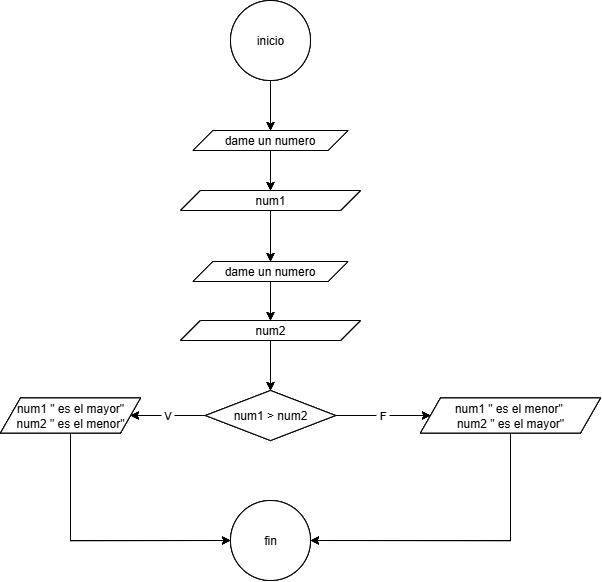
Before: diagramas/diagrama #2.drawio.png, a diagram exported from draw.io (EmanuelBV740/SENA). Source tidied: cells renumbered, new cells last; positions are measured from the earlier drawing's top-left corner, leaving out a move shared by most shapes.
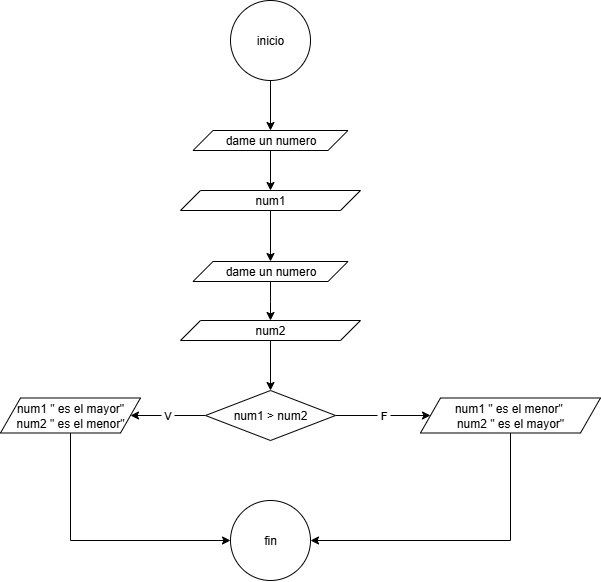
After the change.

The edit, as a diff of the source:
```diff
@@ -2,167 +2,59 @@
   <root>
     <mxCell id="0" />
     <mxCell id="1" parent="0" />
-    <mxCell id="2" style="edgeStyle=orthogonalEdgeStyle;rounded=0;jettySize=auto;html=1;" parent="1" edge="1" source="3" target="5">
-      <mxGeometry relative="1" as="geometry" />
-    </mxCell>
-    <mxCell id="3" value="inicio" style="ellipse;whiteSpace=wrap;html=1;" parent="1" vertex="1">
-      <mxGeometry x="230" width="80" height="80" as="geometry" />
-    </mxCell>
-    <mxCell id="4" style="edgeStyle=orthogonalEdgeStyle;rounded=0;jettySize=auto;html=1;" parent="1" edge="1" source="5" target="7">
-      <mxGeometry relative="1" as="geometry" />
-    </mxCell>
-    <mxCell id="5" value="dame un numero" style="shape=parallelogram;perimeter=parallelogramPerimeter;whiteSpace=wrap;html=1;fixedSize=1;" parent="1" vertex="1">
-      <mxGeometry x="192.5" y="130" width="155" height="20" as="geometry" />
-    </mxCell>
-    <mxCell id="6" style="edgeStyle=orthogonalEdgeStyle;rounded=0;jettySize=auto;html=1;exitX=0.5;exitY=1;exitDx=0;exitDy=0;entryX=0.5;entryY=0;entryDx=0;entryDy=0;" parent="1" edge="1" source="7" target="9">
-      <mxGeometry relative="1" as="geometry" />
-    </mxCell>
-    <mxCell id="7" value="num1" style="shape=parallelogram;perimeter=parallelogramPerimeter;whiteSpace=wrap;html=1;fixedSize=1;" parent="1" vertex="1">
-      <mxGeometry x="180" y="190" width="180" height="20" as="geometry" />
-    </mxCell>
-    <mxCell id="8" style="edgeStyle=orthogonalEdgeStyle;rounded=0;jettySize=auto;html=1;" parent="1" edge="1" source="9" target="11">
-      <mxGeometry relative="1" as="geometry" />
-    </mxCell>
-    <mxCell id="9" value="dame un numero" style="shape=parallelogram;perimeter=parallelogramPerimeter;whiteSpace=wrap;html=1;fixedSize=1;" parent="1" vertex="1">
-      <mxGeometry x="192.5" y="261" width="155" height="20" as="geometry" />
-    </mxCell>
-    <mxCell id="10" style="edgeStyle=orthogonalEdgeStyle;rounded=0;jettySize=auto;html=1;" parent="1" edge="1" source="11" target="14">
-      <mxGeometry relative="1" as="geometry" />
-    </mxCell>
-    <mxCell id="11" value="num2" style="shape=parallelogram;perimeter=parallelogramPerimeter;whiteSpace=wrap;html=1;fixedSize=1;" parent="1" vertex="1">
-      <mxGeometry x="180" y="320" width="180" height="20" as="geometry" />
-    </mxCell>
-    <mxCell id="12" value="&amp;nbsp;F&amp;nbsp;" style="edgeStyle=orthogonalEdgeStyle;rounded=0;jettySize=auto;html=1;" parent="1" edge="1" source="14" target="16">
-      <mxGeometry relative="1" as="geometry" />
-    </mxCell>
-    <mxCell id="13" value="&amp;nbsp;V&amp;nbsp;" style="edgeStyle=orthogonalEdgeStyle;rounded=0;jettySize=auto;html=1;" parent="1" edge="1" source="14" target="18">
-      <mxGeometry relative="1" as="geometry" />
-    </mxCell>
-    <mxCell id="14" value="num1 &amp;gt; num2" style="rhombus;whiteSpace=wrap;html=1;" parent="1" vertex="1">
-      <mxGeometry x="205" y="390" width="130" height="50" as="geometry" />
-    </mxCell>
-    <mxCell id="15" style="edgeStyle=orthogonalEdgeStyle;rounded=0;jettySize=auto;html=1;exitX=0.5;exitY=1;exitDx=0;exitDy=0;entryX=1;entryY=0.5;entryDx=0;entryDy=0;" parent="1" edge="1" source="16" target="19">
-      <mxGeometry relative="1" as="geometry" />
-    </mxCell>
-    <mxCell id="16" value="num1 &quot; es el menor&quot;&amp;nbsp;&lt;div&gt;num2 &quot; es el mayor&quot;&lt;/div&gt;" style="shape=parallelogram;perimeter=parallelogramPerimeter;whiteSpace=wrap;html=1;fixedSize=1;" parent="1" vertex="1">
-      <mxGeometry x="420" y="397.5" width="180" height="35" as="geometry" />
-    </mxCell>
-    <mxCell id="17" style="edgeStyle=orthogonalEdgeStyle;rounded=0;jettySize=auto;html=1;exitX=0.5;exitY=1;exitDx=0;exitDy=0;entryX=0;entryY=0.5;entryDx=0;entryDy=0;" parent="1" edge="1" source="18" target="19">
-      <mxGeometry relative="1" as="geometry" />
-    </mxCell>
-    <mxCell id="18" value="num1 &quot; es el mayor&quot;&lt;div&gt;num2 &quot; es el menor&quot;&lt;/div&gt;" style="shape=parallelogram;perimeter=parallelogramPerimeter;whiteSpace=wrap;html=1;fixedSize=1;" parent="1" vertex="1">
-      <mxGeometry y="397.5" width="140" height="35" as="geometry" />
-    </mxCell>
-    <mxCell id="19" value="fin" style="ellipse;whiteSpace=wrap;html=1;" parent="1" vertex="1">
-      <mxGeometry x="230" y="500" width="80" height="80" as="geometry" />
-    </mxCell>
-    <mxCell id="20" style="edgeStyle=orthogonalEdgeStyle;rounded=0;jettySize=auto;html=1;" parent="1" edge="1" source="21" target="23">
-      <mxGeometry relative="1" as="geometry" />
-    </mxCell>
-    <mxCell id="21" value="inicio" style="ellipse;whiteSpace=wrap;html=1;" parent="1" vertex="1">
-      <mxGeometry x="230" width="80" height="80" as="geometry" />
-    </mxCell>
-    <mxCell id="22" style="edgeStyle=orthogonalEdgeStyle;rounded=0;jettySize=auto;html=1;" parent="1" edge="1" source="23" target="25">
-      <mxGeometry relative="1" as="geometry" />
-    </mxCell>
-    <mxCell id="23" value="dame un numero" style="shape=parallelogram;perimeter=parallelogramPerimeter;whiteSpace=wrap;html=1;fixedSize=1;" parent="1" vertex="1">
-      <mxGeometry x="192.5" y="130" width="155" height="20" as="geometry" />
-    </mxCell>
-    <mxCell id="24" style="edgeStyle=orthogonalEdgeStyle;rounded=0;jettySize=auto;html=1;exitX=0.5;exitY=1;exitDx=0;exitDy=0;entryX=0.5;entryY=0;entryDx=0;entryDy=0;" parent="1" edge="1" source="25" target="27">
-      <mxGeometry relative="1" as="geometry" />
-    </mxCell>
-    <mxCell id="25" value="num1" style="shape=parallelogram;perimeter=parallelogramPerimeter;whiteSpace=wrap;html=1;fixedSize=1;" parent="1" vertex="1">
-      <mxGeometry x="180" y="190" width="180" height="20" as="geometry" />
-    </mxCell>
-    <mxCell id="26" style="edgeStyle=orthogonalEdgeStyle;rounded=0;jettySize=auto;html=1;" parent="1" edge="1" source="27" target="29">
-      <mxGeometry relative="1" as="geometry" />
-    </mxCell>
-    <mxCell id="27" value="dame un numero" style="shape=parallelogram;perimeter=parallelogramPerimeter;whiteSpace=wrap;html=1;fixedSize=1;" parent="1" vertex="1">
-      <mxGeometry x="192.5" y="261" width="155" height="20" as="geometry" />
-    </mxCell>
-    <mxCell id="28" style="edgeStyle=orthogonalEdgeStyle;rounded=0;jettySize=auto;html=1;" parent="1" edge="1" source="29" target="32">
-      <mxGeometry relative="1" as="geometry" />
-    </mxCell>
-    <mxCell id="29" value="num2" style="shape=parallelogram;perimeter=parallelogramPerimeter;whiteSpace=wrap;html=1;fixedSize=1;" parent="1" vertex="1">
-      <mxGeometry x="180" y="320" width="180" height="20" as="geometry" />
-    </mxCell>
-    <mxCell id="30" value="&amp;nbsp;F&amp;nbsp;" style="edgeStyle=orthogonalEdgeStyle;rounded=0;jettySize=auto;html=1;" parent="1" edge="1" source="32" target="34">
-      <mxGeometry relative="1" as="geometry" />
-    </mxCell>
-    <mxCell id="31" value="&amp;nbsp;V&amp;nbsp;" style="edgeStyle=orthogonalEdgeStyle;rounded=0;jettySize=auto;html=1;" parent="1" edge="1" source="32" target="36">
-      <mxGeometry relative="1" as="geometry" />
-    </mxCell>
-    <mxCell id="32" value="num1 &amp;gt; num2" style="rhombus;whiteSpace=wrap;html=1;" parent="1" vertex="1">
-      <mxGeometry x="205" y="390" width="130" height="50" as="geometry" />
-    </mxCell>
-    <mxCell id="33" style="edgeStyle=orthogonalEdgeStyle;rounded=0;jettySize=auto;html=1;exitX=0.5;exitY=1;exitDx=0;exitDy=0;entryX=1;entryY=0.5;entryDx=0;entryDy=0;" parent="1" edge="1" source="34" target="37">
-      <mxGeometry relative="1" as="geometry" />
-    </mxCell>
-    <mxCell id="34" value="num1 &quot; es el menor&quot;&amp;nbsp;&lt;div&gt;num2 &quot; es el mayor&quot;&lt;/div&gt;" style="shape=parallelogram;perimeter=parallelogramPerimeter;whiteSpace=wrap;html=1;fixedSize=1;" parent="1" vertex="1">
-      <mxGeometry x="420" y="397.5" width="180" height="35" as="geometry" />
-    </mxCell>
-    <mxCell id="35" style="edgeStyle=orthogonalEdgeStyle;rounded=0;jettySize=auto;html=1;exitX=0.5;exitY=1;exitDx=0;exitDy=0;entryX=0;entryY=0.5;entryDx=0;entryDy=0;" parent="1" edge="1" source="36" target="37">
-      <mxGeometry relative="1" as="geometry" />
-    </mxCell>
-    <mxCell id="36" value="num1 &quot; es el mayor&quot;&lt;div&gt;num2 &quot; es el menor&quot;&lt;/div&gt;" style="shape=parallelogram;perimeter=parallelogramPerimeter;whiteSpace=wrap;html=1;fixedSize=1;" parent="1" vertex="1">
-      <mxGeometry y="397.5" width="140" height="35" as="geometry" />
-    </mxCell>
-    <mxCell id="37" value="fin" style="ellipse;whiteSpace=wrap;html=1;" parent="1" vertex="1">
-      <mxGeometry x="230" y="500" width="80" height="80" as="geometry" />
-    </mxCell>
-    <mxCell id="38" style="edgeStyle=orthogonalEdgeStyle;rounded=0;jettySize=auto;html=1;" parent="1" edge="1" source="39" target="41">
-      <mxGeometry relative="1" as="geometry" />
-    </mxCell>
-    <mxCell id="39" value="inicio" style="ellipse;whiteSpace=wrap;html=1;" parent="1" vertex="1">
-      <mxGeometry x="230" width="80" height="80" as="geometry" />
-    </mxCell>
-    <mxCell id="40" style="edgeStyle=orthogonalEdgeStyle;rounded=0;jettySize=auto;html=1;" parent="1" edge="1" source="41" target="43">
-      <mxGeometry relative="1" as="geometry" />
-    </mxCell>
-    <mxCell id="41" value="dame un numero" style="shape=parallelogram;perimeter=parallelogramPerimeter;whiteSpace=wrap;html=1;fixedSize=1;" parent="1" vertex="1">
-      <mxGeometry x="192.5" y="130" width="155" height="20" as="geometry" />
-    </mxCell>
-    <mxCell id="42" style="edgeStyle=orthogonalEdgeStyle;rounded=0;jettySize=auto;html=1;exitX=0.5;exitY=1;exitDx=0;exitDy=0;entryX=0.5;entryY=0;entryDx=0;entryDy=0;" parent="1" edge="1" source="43" target="45">
-      <mxGeometry relative="1" as="geometry" />
-    </mxCell>
-    <mxCell id="43" value="num1" style="shape=parallelogram;perimeter=parallelogramPerimeter;whiteSpace=wrap;html=1;fixedSize=1;" parent="1" vertex="1">
-      <mxGeometry x="180" y="190" width="180" height="20" as="geometry" />
-    </mxCell>
-    <mxCell id="44" style="edgeStyle=orthogonalEdgeStyle;rounded=0;jettySize=auto;html=1;" parent="1" edge="1" source="45" target="47">
-      <mxGeometry relative="1" as="geometry" />
-    </mxCell>
-    <mxCell id="45" value="dame un numero" style="shape=parallelogram;perimeter=parallelogramPerimeter;whiteSpace=wrap;html=1;fixedSize=1;" parent="1" vertex="1">
-      <mxGeometry x="192.5" y="261" width="155" height="20" as="geometry" />
-    </mxCell>
-    <mxCell id="46" style="edgeStyle=orthogonalEdgeStyle;rounded=0;jettySize=auto;html=1;" parent="1" edge="1" source="47" target="50">
-      <mxGeometry relative="1" as="geometry" />
-    </mxCell>
-    <mxCell id="47" value="num2" style="shape=parallelogram;perimeter=parallelogramPerimeter;whiteSpace=wrap;html=1;fixedSize=1;" parent="1" vertex="1">
-      <mxGeometry x="180" y="320" width="180" height="20" as="geometry" />
-    </mxCell>
-    <mxCell id="48" value="&amp;nbsp;F&amp;nbsp;" style="edgeStyle=orthogonalEdgeStyle;rounded=0;jettySize=auto;html=1;" parent="1" edge="1" source="50" target="52">
-      <mxGeometry relative="1" as="geometry" />
-    </mxCell>
-    <mxCell id="49" value="&amp;nbsp;V&amp;nbsp;" style="edgeStyle=orthogonalEdgeStyle;rounded=0;jettySize=auto;html=1;" parent="1" edge="1" source="50" target="54">
-      <mxGeometry relative="1" as="geometry" />
-    </mxCell>
-    <mxCell id="50" value="num1 &amp;gt; num2" style="rhombus;whiteSpace=wrap;html=1;" parent="1" vertex="1">
-      <mxGeometry x="205" y="390" width="130" height="50" as="geometry" />
-    </mxCell>
-    <mxCell id="51" style="edgeStyle=orthogonalEdgeStyle;rounded=0;jettySize=auto;html=1;exitX=0.5;exitY=1;exitDx=0;exitDy=0;entryX=1;entryY=0.5;entryDx=0;entryDy=0;" parent="1" edge="1" source="52" target="55">
-      <mxGeometry relative="1" as="geometry" />
-    </mxCell>
-    <mxCell id="52" value="num1 &quot; es el menor&quot;&amp;nbsp;&lt;div&gt;num2 &quot; es el mayor&quot;&lt;/div&gt;" style="shape=parallelogram;perimeter=parallelogramPerimeter;whiteSpace=wrap;html=1;fixedSize=1;" parent="1" vertex="1">
-      <mxGeometry x="420" y="397.5" width="180" height="35" as="geometry" />
-    </mxCell>
-    <mxCell id="53" style="edgeStyle=orthogonalEdgeStyle;rounded=0;jettySize=auto;html=1;exitX=0.5;exitY=1;exitDx=0;exitDy=0;entryX=0;entryY=0.5;entryDx=0;entryDy=0;" parent="1" edge="1" source="54" target="55">
-      <mxGeometry relative="1" as="geometry" />
-    </mxCell>
-    <mxCell id="54" value="num1 &quot; es el mayor&quot;&lt;div&gt;num2 &quot; es el menor&quot;&lt;/div&gt;" style="shape=parallelogram;perimeter=parallelogramPerimeter;whiteSpace=wrap;html=1;fixedSize=1;" parent="1" vertex="1">
-      <mxGeometry y="397.5" width="140" height="35" as="geometry" />
-    </mxCell>
-    <mxCell id="55" value="fin" style="ellipse;whiteSpace=wrap;html=1;" parent="1" vertex="1">
-      <mxGeometry x="230" y="500" width="80" height="80" as="geometry" />
-    </mxCell>
+    <mxCell id="56" style="edgeStyle=orthogonalEdgeStyle;rounded=0;jettySize=auto;html=1;" parent="1" edge="1" source="57" target="59">
+      <mxGeometry relative="1" as="geometry" />
+    </mxCell>
+    <mxCell id="57" value="inicio" style="ellipse;whiteSpace=wrap;html=1;" parent="1" vertex="1">
+      <mxGeometry x="250" y="10" width="80" height="80" as="geometry" />
+    </mxCell>
+    <mxCell id="58" style="edgeStyle=orthogonalEdgeStyle;rounded=0;jettySize=auto;html=1;" parent="1" edge="1" source="59" target="61">
+      <mxGeometry relative="1" as="geometry" />
+    </mxCell>
+    <mxCell id="59" value="dame un numero" style="shape=parallelogram;perimeter=parallelogramPerimeter;whiteSpace=wrap;html=1;fixedSize=1;" parent="1" vertex="1">
+      <mxGeometry x="212.5" y="140" width="155" height="20" as="geometry" />
+    </mxCell>
+    <mxCell id="60" style="edgeStyle=orthogonalEdgeStyle;rounded=0;jettySize=auto;html=1;exitX=0.5;exitY=1;exitDx=0;exitDy=0;entryX=0.5;entryY=0;entryDx=0;entryDy=0;" parent="1" edge="1" source="61" target="63">
+      <mxGeometry relative="1" as="geometry" />
+    </mxCell>
+    <mxCell id="61" value="num1" style="shape=parallelogram;perimeter=parallelogramPerimeter;whiteSpace=wrap;html=1;fixedSize=1;" parent="1" vertex="1">
+      <mxGeometry x="200" y="200" width="180" height="20" as="geometry" />
+    </mxCell>
+    <mxCell id="62" style="edgeStyle=orthogonalEdgeStyle;rounded=0;jettySize=auto;html=1;" parent="1" edge="1" source="63" target="65">
+      <mxGeometry relative="1" as="geometry" />
+    </mxCell>
+    <mxCell id="63" value="dame un numero" style="shape=parallelogram;perimeter=parallelogramPerimeter;whiteSpace=wrap;html=1;fixedSize=1;" parent="1" vertex="1">
+      <mxGeometry x="212.5" y="271" width="155" height="20" as="geometry" />
+    </mxCell>
+    <mxCell id="64" style="edgeStyle=orthogonalEdgeStyle;rounded=0;jettySize=auto;html=1;" parent="1" edge="1" source="65" target="68">
+      <mxGeometry relative="1" as="geometry" />
+    </mxCell>
+    <mxCell id="65" value="num2" style="shape=parallelogram;perimeter=parallelogramPerimeter;whiteSpace=wrap;html=1;fixedSize=1;" parent="1" vertex="1">
+      <mxGeometry x="200" y="330" width="180" height="20" as="geometry" />
+    </mxCell>
+    <mxCell id="66" value="&amp;nbsp;F&amp;nbsp;" style="edgeStyle=orthogonalEdgeStyle;rounded=0;jettySize=auto;html=1;" parent="1" edge="1" source="68" target="70">
+      <mxGeometry relative="1" as="geometry" />
+    </mxCell>
+    <mxCell id="67" value="&amp;nbsp;V&amp;nbsp;" style="edgeStyle=orthogonalEdgeStyle;rounded=0;jettySize=auto;html=1;" parent="1" edge="1" source="68" target="72">
+      <mxGeometry relative="1" as="geometry" />
+    </mxCell>
+    <mxCell id="68" value="num1 &amp;gt; num2" style="rhombus;whiteSpace=wrap;html=1;" parent="1" vertex="1">
+      <mxGeometry x="225" y="400" width="130" height="50" as="geometry" />
+    </mxCell>
+    <mxCell id="69" style="edgeStyle=orthogonalEdgeStyle;rounded=0;jettySize=auto;html=1;exitX=0.5;exitY=1;exitDx=0;exitDy=0;entryX=1;entryY=0.5;entryDx=0;entryDy=0;" parent="1" edge="1" source="70" target="73">
+      <mxGeometry relative="1" as="geometry" />
+    </mxCell>
+    <mxCell id="70" value="num1 &quot; es el menor&quot;&amp;nbsp;&lt;div&gt;num2 &quot; es el mayor&quot;&lt;/div&gt;" style="shape=parallelogram;perimeter=parallelogramPerimeter;whiteSpace=wrap;html=1;fixedSize=1;" parent="1" vertex="1">
+      <mxGeometry x="440" y="407.5" width="180" height="35" as="geometry" />
+    </mxCell>
+    <mxCell id="71" style="edgeStyle=orthogonalEdgeStyle;rounded=0;jettySize=auto;html=1;exitX=0.5;exitY=1;exitDx=0;exitDy=0;entryX=0;entryY=0.5;entryDx=0;entryDy=0;" parent="1" edge="1" source="72" target="73">
+      <mxGeometry relative="1" as="geometry" />
+    </mxCell>
+    <mxCell id="72" value="num1 &quot; es el mayor&quot;&lt;div&gt;num2 &quot; es el menor&quot;&lt;/div&gt;" style="shape=parallelogram;perimeter=parallelogramPerimeter;whiteSpace=wrap;html=1;fixedSize=1;" parent="1" vertex="1">
+      <mxGeometry x="20" y="407.5" width="140" height="35" as="geometry" />
+    </mxCell>
+    <mxCell id="73" value="fin" style="ellipse;whiteSpace=wrap;html=1;" parent="1" vertex="1">
+      <mxGeometry x="250" y="510" width="80" height="80" as="geometry" />
+    </mxCell>
   </root>
 </mxGraphModel>
```
